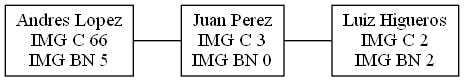
Earlier version of the Graphviz export Fase1/colaRecepcion.png (d-acetun/simulacion-sistema-impresion-de-imagenes). Its source is kept beside it as Fase1/colaRecepcion.dot.
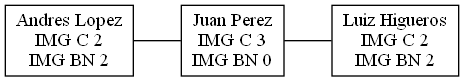
The same diagram one commit later.

The edit, as a diff of the source:
```diff
@@ -1,7 +1,7 @@
 digraph ejemplo {
 node[shape=box]
 edge[arrowhead=none]
-0 [label="Andres Lopez\nIMG C 66\nIMG BN 5"]
+0 [label="Andres Lopez\nIMG C 2\nIMG BN 2"]
 1 [label="Juan Perez\nIMG C 3\nIMG BN 0"]
 2 [label="Luiz Higueros\nIMG C 2\nIMG BN 2"]
 0->1
```
